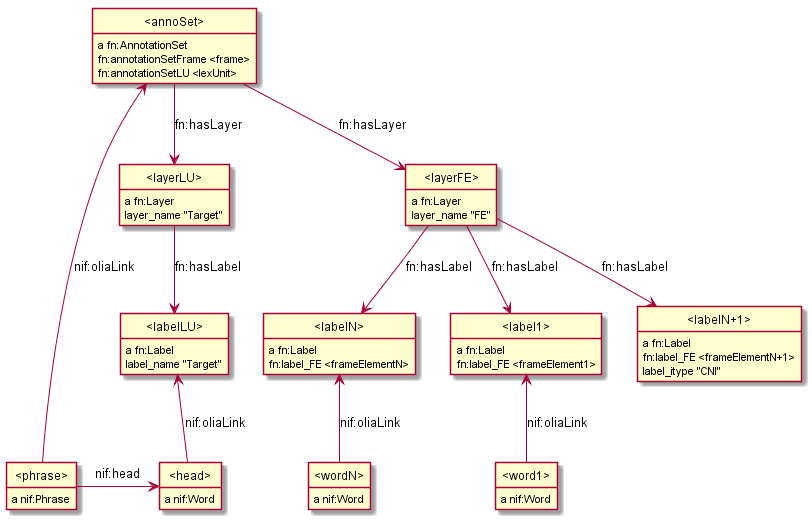
The PlantUML diagram Multisensor/FrameNet/img/fn-nif.png in gerardbdn/VladimirAlexiev.github.io, before a commit.
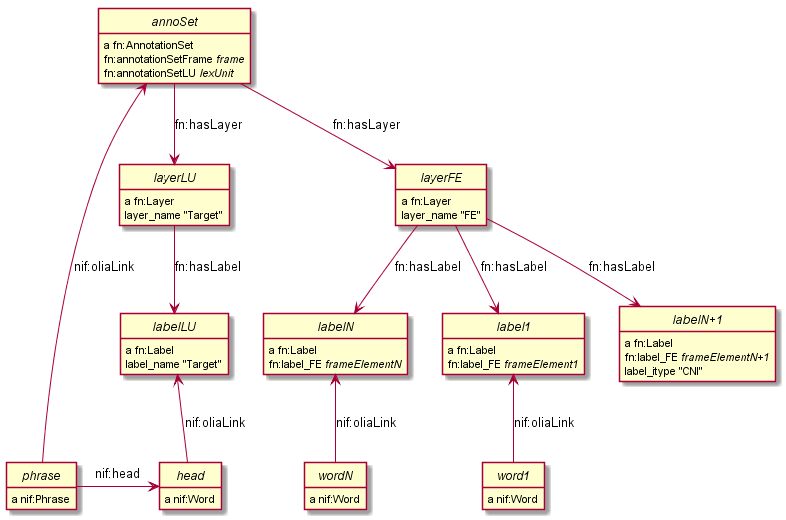
After the commit.

Diff of the diagram source:
```diff
@@ -5,36 +5,36 @@
 hide circles
 hide empty methods
 
-"<annoSet>"     : a fn:AnnotationSet
-"<annoSet>"     : fn:annotationSetFrame <frame>
-"<annoSet>"     : fn:annotationSetLU <lexUnit>
-"<head>"        : a nif:Word
-"<label1>"      : a fn:Label
-"<label1>"      : fn:label_FE <frameElement1>
-"<labelN+1>"    : a fn:Label
-"<labelN+1>"    : fn:label_FE <frameElementN+1>
-"<labelN+1>"    : label_itype "CNI"
-"<labelN>"      : a fn:Label
-"<labelN>"      : fn:label_FE <frameElementN>
-"<labelLU>"     : a fn:Label
-"<labelLU>"     : label_name "Target"
-"<layerLU>"     : a fn:Layer
-"<layerLU>"     : layer_name "Target"
-"<layerFE>"     : a fn:Layer
-"<layerFE>"     : layer_name "FE"
-"<phrase>"      : a nif:Phrase
-"<word1>"       : a nif:Word
-"<wordN>"       : a nif:Word
+"<i>annoSet</i>"    : a fn:AnnotationSet
+"<i>annoSet</i>"    : fn:annotationSetFrame <i>frame</i>
+"<i>annoSet</i>"    : fn:annotationSetLU <i>lexUnit</i>
+"<i>head</i>"       : a nif:Word
+"<i>label1</i>"     : a fn:Label
+"<i>label1</i>"     : fn:label_FE <i>frameElement1</i>
+"<i>labelN+1</i>"   : a fn:Label
+"<i>labelN+1</i>"   : fn:label_FE <i>frameElementN+1</i>
+"<i>labelN+1</i>"   : label_itype "CNI"
+"<i>labelN</i>"     : a fn:Label
+"<i>labelN</i>"     : fn:label_FE <i>frameElementN</i>
+"<i>labelLU</i>"    : a fn:Label
+"<i>labelLU</i>"    : label_name "Target"
+"<i>layerLU</i>"    : a fn:Layer
+"<i>layerLU</i>"    : layer_name "Target"
+"<i>layerFE</i>"    : a fn:Layer
+"<i>layerFE</i>"    : layer_name "FE"
+"<i>phrase</i>"     : a nif:Phrase
+"<i>word1</i>"      : a nif:Word
+"<i>wordN</i>"      : a nif:Word
 
-"<annoSet>" -down->  "<layerLU>"    : fn:hasLayer
-"<annoSet>" -down->  "<layerFE>"    : fn:hasLayer
-"<phrase>"  -up->    "<annoSet>"    : nif:oliaLink
-"<phrase>"  -right-> "<head>"       : nif:head
-"<head>"    -up->    "<labelLU>"    : nif:oliaLink
-"<word1>"   -up->    "<label1>"     : nif:oliaLink
-"<wordN>"   -up->    "<labelN>"     : nif:oliaLink
-"<layerLU>" -down->  "<labelLU>"    : fn:hasLabel
-"<layerFE>" -down->  "<label1>"     : fn:hasLabel
-"<layerFE>" -down->  "<labelN>"     : fn:hasLabel
-"<layerFE>" -down->  "<labelN+1>"   : fn:hasLabel
+"<i>annoSet</i>" -down->  "<i>layerLU</i>"   : fn:hasLayer
+"<i>annoSet</i>" -down->  "<i>layerFE</i>"   : fn:hasLayer
+"<i>phrase</i>"  -up->    "<i>annoSet</i>"   : nif:oliaLink
+"<i>phrase</i>"  -right-> "<i>head</i>"      : nif:head
+"<i>head</i>"    -up->    "<i>labelLU</i>"   : nif:oliaLink
+"<i>word1</i>"   -up->    "<i>label1</i>"    : nif:oliaLink
+"<i>wordN</i>"   -up->    "<i>labelN</i>"    : nif:oliaLink
+"<i>layerLU</i>" -down->  "<i>labelLU</i>"   : fn:hasLabel
+"<i>layerFE</i>" -down->  "<i>label1</i>"    : fn:hasLabel
+"<i>layerFE</i>" -down->  "<i>labelN</i>"    : fn:hasLabel
+"<i>layerFE</i>" -down->  "<i>labelN+1</i>"  : fn:hasLabel
 @enduml
```
